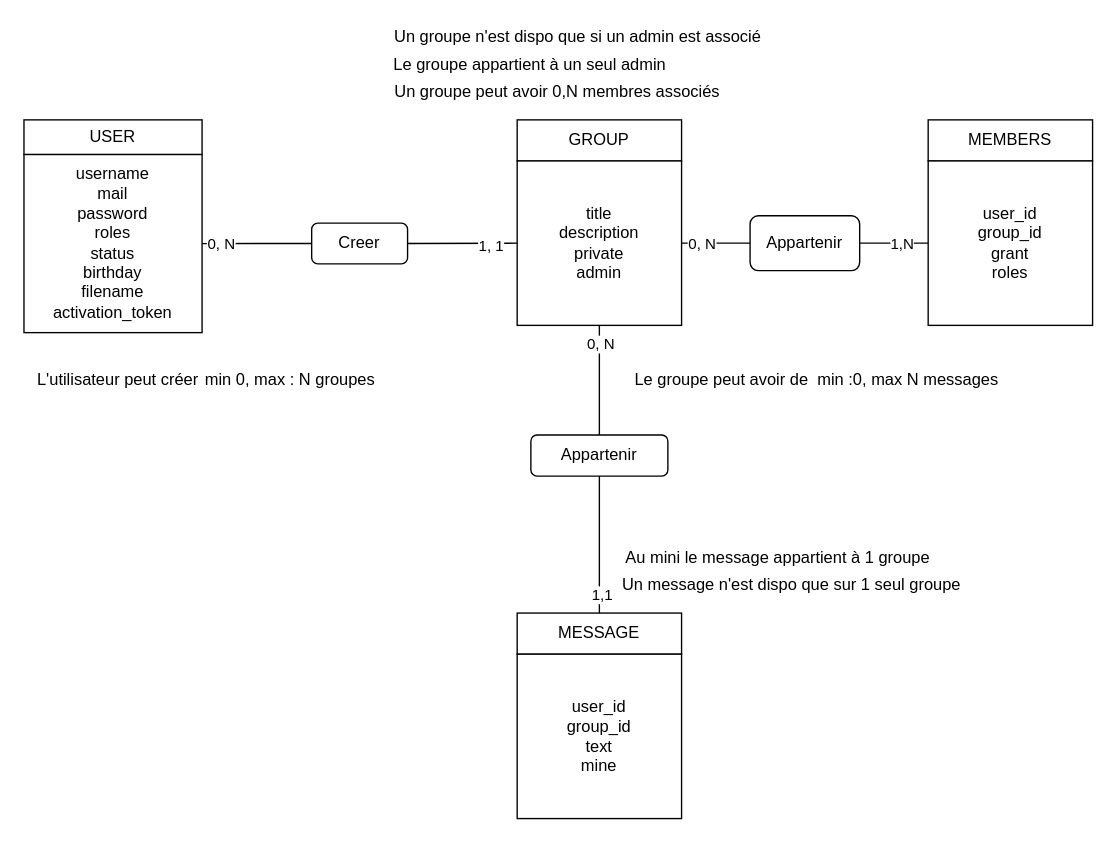
Before: doc_conception/mcd.drawio in FlorianLeMenn/NodeJS-VueJS-REST-POC, a draw.io diagram. Source tidied: cells renumbered, new cells numbered last; positions are measured from the earlier drawing's top-left corner, leaving out a move shared by most shapes. Both pictures are drawn from the tidied source at 137%, with x=0, y=0 at pixel (23, 23).
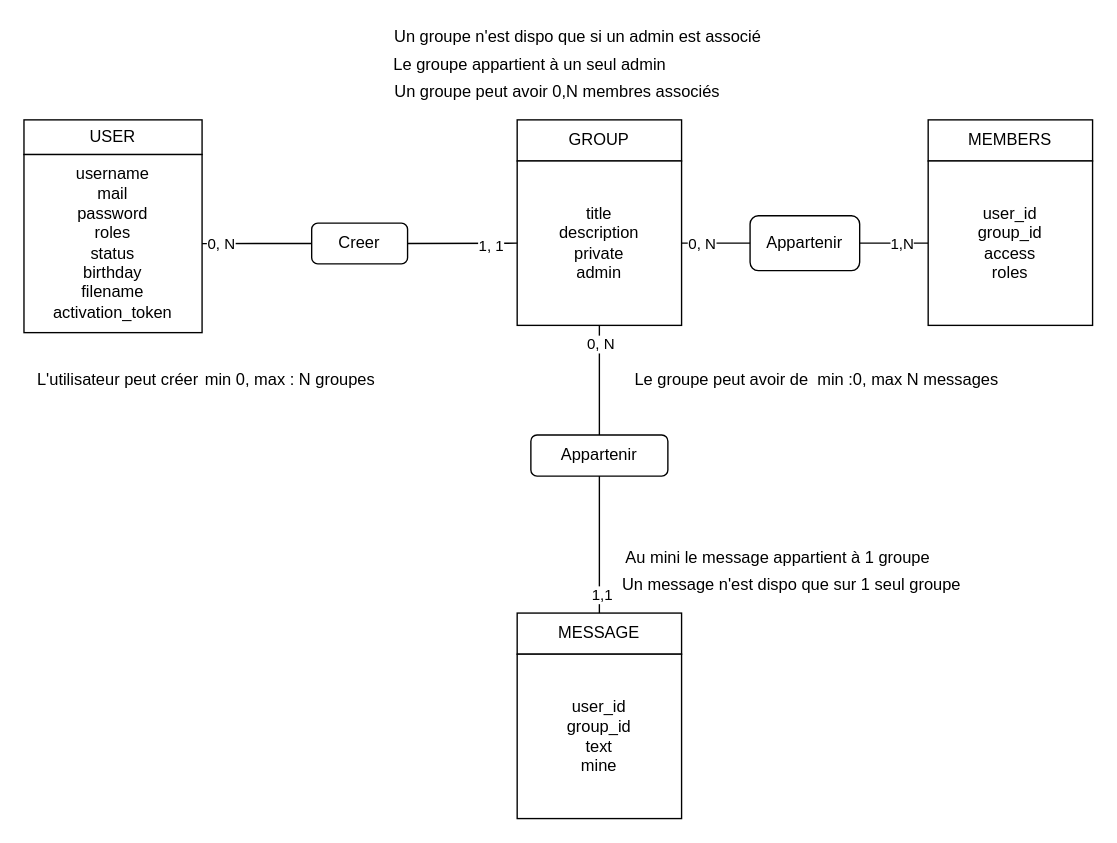
The same page after the edit.

The change refers to these unchanged cells:
```xml
<mxCell id="33" style="group;" parent="1" vertex="1">
  <mxGeometry x="660" y="70" width="120" height="150" as="geometry" />
</mxCell>
```

Change to the diagram source:
```diff
@@
-    <mxCell id="35" value="user_id&lt;br&gt;group_id&lt;br&gt;grant&lt;br&gt;roles" style="whiteSpace=wrap;html=1;" parent="33" vertex="1">
+    <mxCell id="35" value="user_id&lt;br&gt;group_id&lt;br&gt;access&lt;br&gt;roles" style="whiteSpace=wrap;html=1;" parent="33" vertex="1">
       <mxGeometry y="30" width="120" height="120" as="geometry" />
     </mxCell>
```
